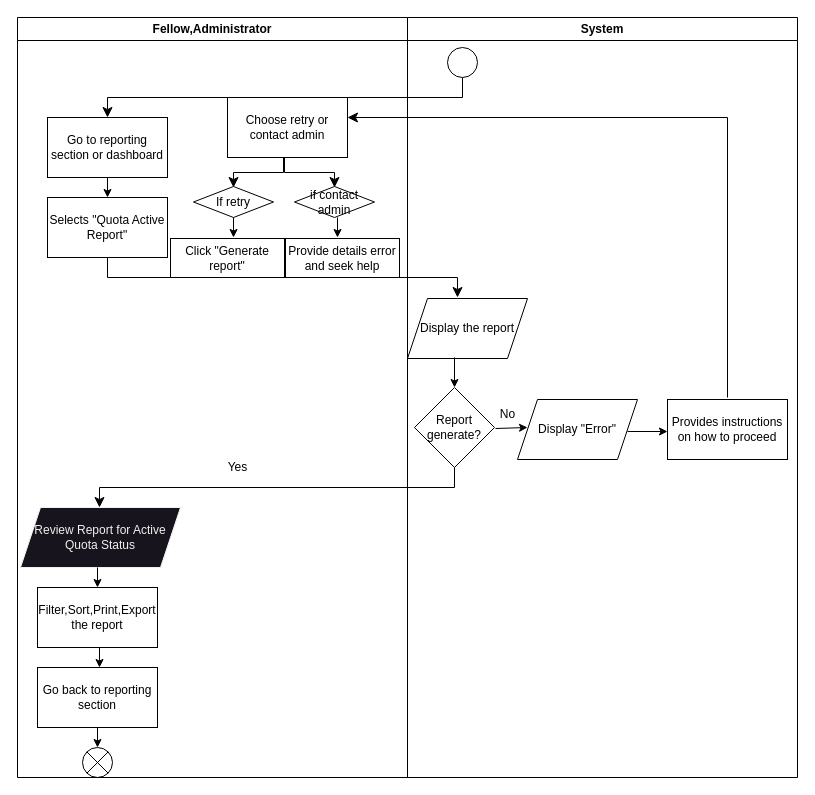
Above: project/drawio/stakeholder/activity diagram/uc10.drawio in drshahizan/software-engineering (draw.io), before the change. Source tidied: cells renumbered, new cells numbered last; positions are measured from the earlier drawing's top-left corner, leaving out a move shared by most shapes. Both pictures are drawn from the tidied source at 100%, with x=0, y=0 at pixel (17, 17).
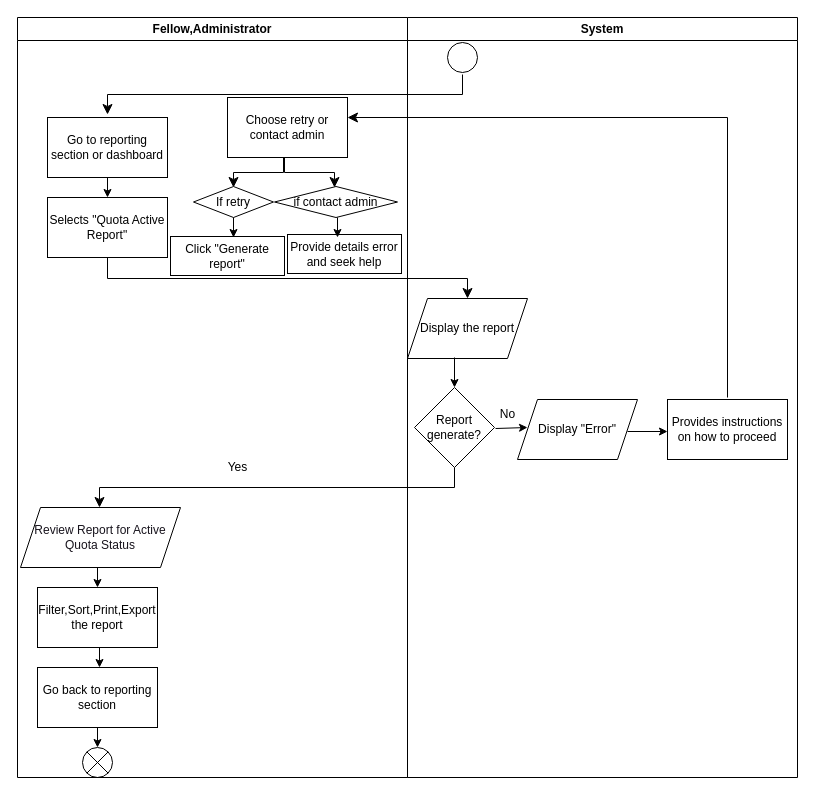
The same page after the edit.

The change refers to these unchanged cells:
```xml
<mxCell id="8" value="Display the report" style="shape=parallelogram;perimeter=parallelogramPerimeter;whiteSpace=wrap;html=1;fixedSize=1;" parent="1" vertex="1">
  <mxGeometry x="390" y="281" width="120" height="60" as="geometry" />
</mxCell>
```

Change to the diagram source:
```diff
@@
     <mxCell id="2" style="ellipse;" parent="1" vertex="1">
-      <mxGeometry x="430" y="30" width="30" height="30" as="geometry" />
+      <mxGeometry x="430" y="25" width="30" height="30" as="geometry" />
     </mxCell>
     <mxCell id="3" style="edgeStyle=elbowEdgeStyle;elbow=vertical;endArrow=classic;html=1;curved=0;rounded=0;endSize=8;startSize=8;" parent="1" edge="1">
       <mxGeometry relative="1" as="geometry">
-        <mxPoint x="445" y="60" as="sourcePoint" />
-        <mxPoint x="90" y="100" as="targetPoint" />
+        <mxPoint x="445" y="57" as="sourcePoint" />
+        <mxPoint x="90" y="97" as="targetPoint" />
       </mxGeometry>
     </mxCell>
@@
-    <mxCell id="7" style="edgeStyle=elbowEdgeStyle;elbow=vertical;endArrow=classic;html=1;curved=0;rounded=0;endSize=8;startSize=8;" parent="1" edge="1">
+    <mxCell id="7" style="edgeStyle=elbowEdgeStyle;elbow=vertical;endArrow=classic;html=1;curved=0;rounded=0;endSize=8;startSize=8;entryX=0.5;entryY=0;entryDx=0;entryDy=0;" parent="1" edge="1" target="8">
       <mxGeometry relative="1" as="geometry">
         <mxPoint x="90" y="240" as="sourcePoint" />
-        <mxPoint x="440" y="280" as="targetPoint" />
       </mxGeometry>
     </mxCell>
@@
-    <mxCell id="12" value="Review Report for Active Quota Status" style="shape=parallelogram;perimeter=parallelogramPerimeter;whiteSpace=wrap;html=1;fixedSize=1;fontFamily=Helvetica;fontSize=12;fontColor=rgb(240, 240, 240);align=center;strokeColor=rgb(240, 240, 240);fillColor=rgb(24, 20, 29);" parent="1" vertex="1">
+    <mxCell id="12" value="&lt;font color=&quot;#18141d&quot;&gt;Review Report for Active Quota Status&lt;/font&gt;" style="shape=parallelogram;perimeter=parallelogramPerimeter;whiteSpace=wrap;html=1;fixedSize=1;fontFamily=Helvetica;fontSize=12;fontColor=rgb(240, 240, 240);align=center;strokeColor=#000000;fillColor=#FFFFFF;" parent="1" vertex="1">
       <mxGeometry x="3" y="490" width="160" height="60" as="geometry" />
     </mxCell>
@@
     <mxCell id="30" value="if contact admin" style="rhombus;whiteSpace=wrap;html=1;" parent="1" vertex="1">
-      <mxGeometry x="277" y="169" width="80" height="31" as="geometry" />
+      <mxGeometry x="257" y="169" width="123" height="31" as="geometry" />
     </mxCell>
@@
     <mxCell id="32" value="Click &quot;Generate report&quot;" style="rounded=0;whiteSpace=wrap;html=1;" parent="1" vertex="1">
-      <mxGeometry x="153" y="221" width="114" height="39" as="geometry" />
+      <mxGeometry x="153" y="219" width="114" height="39" as="geometry" />
     </mxCell>
     <mxCell id="33" value="Provide details error and seek help" style="rounded=0;whiteSpace=wrap;html=1;" parent="1" vertex="1">
-      <mxGeometry x="268" y="221" width="114" height="39" as="geometry" />
+      <mxGeometry x="270" y="217" width="114" height="39" as="geometry" />
     </mxCell>
```
